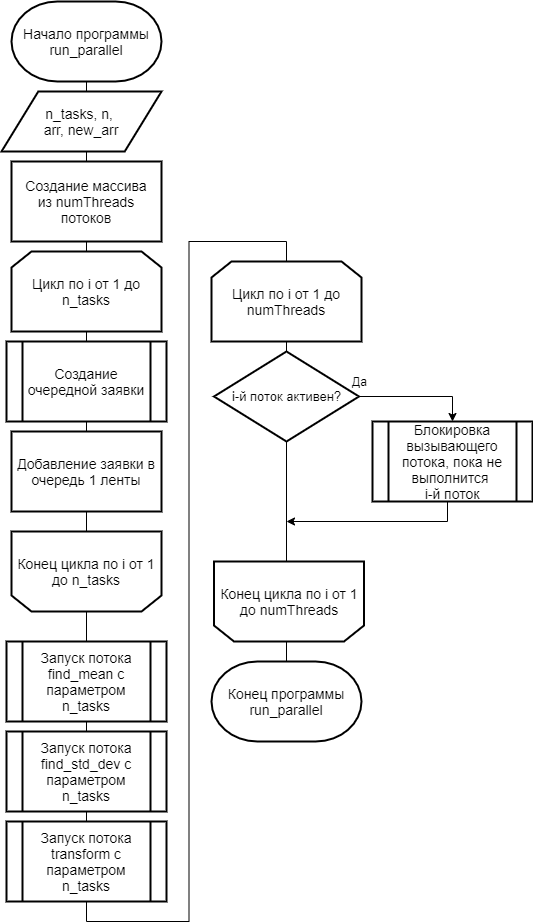
alena-zayts/BMSTU_5sem_analysis_of_algorithms keeps this draw.io diagram as lab5/report/inc/img/parallel.png. Above is the earlier version. Source tidied: cells renumbered, new cells last; positions are measured from the earlier drawing's top-left corner, leaving out a move shared by most shapes. Its diagram source:
```xml
<mxGraphModel>
  <root>
    <mxCell id="0" />
    <mxCell id="1" parent="0" />
    <mxCell id="2" style="edgeStyle=orthogonalEdgeStyle;rounded=0;jettySize=auto;html=1;exitX=0.5;exitY=1;exitDx=0;exitDy=0;entryX=0.5;entryY=1;entryDx=0;entryDy=0;endArrow=none;endFill=0;entryPerimeter=0;" parent="1" edge="1" source="8">
      <mxGeometry relative="1" as="geometry">
        <mxPoint x="85" y="430" as="targetPoint" />
      </mxGeometry>
    </mxCell>
    <mxCell id="3" style="edgeStyle=orthogonalEdgeStyle;rounded=0;jettySize=auto;html=1;exitX=0.5;exitY=1;exitDx=0;exitDy=0;entryX=0.5;entryY=1;entryDx=0;entryDy=0;endArrow=none;endFill=0;entryPerimeter=0;" parent="1" edge="1" source="15" target="5">
      <mxGeometry relative="1" as="geometry">
        <Array as="points">
          <mxPoint x="85" y="330" />
          <mxPoint x="85" y="330" />
        </Array>
      </mxGeometry>
    </mxCell>
    <mxCell id="4" value="Конец программы run_parallel" style="strokeWidth=2;html=1;shape=mxgraph.flowchart.terminator;whiteSpace=wrap;fontSize=14;" parent="1" vertex="1">
      <mxGeometry x="210" y="660" width="150" height="80" as="geometry" />
    </mxCell>
    <mxCell id="5" value="&lt;font style=&quot;font-size: 14px&quot;&gt;Начало программы run_parallel&lt;/font&gt;" style="strokeWidth=2;html=1;shape=mxgraph.flowchart.terminator;whiteSpace=wrap;fontSize=14;fontFamily=Helvetica;" parent="1" vertex="1">
      <mxGeometry x="10" width="150" height="80" as="geometry" />
    </mxCell>
    <mxCell id="6" value="Создание массива из&amp;nbsp;numThreads потоков" style="rounded=0;whiteSpace=wrap;html=1;strokeWidth=2;fontSize=14;" parent="1" vertex="1">
      <mxGeometry x="10" y="160" width="150" height="80" as="geometry" />
    </mxCell>
    <mxCell id="7" style="edgeStyle=orthogonalEdgeStyle;rounded=0;jettySize=auto;html=1;exitX=0.5;exitY=0;exitDx=0;exitDy=0;entryX=0.5;entryY=0;entryDx=0;entryDy=0;endArrow=none;endFill=0;" parent="1" edge="1" source="8" target="20">
      <mxGeometry relative="1" as="geometry" />
    </mxCell>
    <mxCell id="8" value="&lt;span style=&quot;font-size: 14px&quot;&gt;Конец цикла&amp;nbsp;&lt;/span&gt;&lt;span style=&quot;font-size: 14px&quot;&gt;по i от 1 до&amp;nbsp;&lt;/span&gt;&lt;span style=&quot;font-size: 14px&quot;&gt;n_tasks&lt;/span&gt;&lt;span style=&quot;color: rgba(0 , 0 , 0 , 0) ; font-family: monospace ; font-size: 0px&quot;&gt;%3CmxGraphModel%3E%3Croot%3E%3CmxCell%20id%3D%220%22%2F%3E%3CmxCell%20id%3D%221%22%20parent%3D%220%22%2F%3E%3CmxCell%20id%3D%222%22%20value%3D%22%26lt%3Bspan%20style%3D%26quot%3Bfont-size%3A%2014px%26quot%3B%26gt%3B%D0%A6%D0%B8%D0%BA%D0%BB%20%D0%BF%D0%BE%20x%20%D0%BE%D1%82%200%20%D0%B4%D0%BE%20%D0%B7%D0%BD%D0%B0%D1%87%D0%B5%D0%BD%D0%B8%D1%8F%20%D1%88%D0%B8%D1%80%D0%B8%D0%BD%D1%8B%20%D1%8D%D0%BA%D1%80%D0%B0%D0%BD%D0%B0%26lt%3B%2Fspan%26gt%3B%22%20style%3D%22shape%3DloopLimit%3BwhiteSpace%3Dwrap%3Bhtml%3D1%3BstrokeWidth%3D2%3B%22%20vertex%3D%221%22%20parent%3D%221%22%3E%3CmxGeometry%20x%3D%22810%22%20y%3D%2252%22%20width%3D%22140%22%20height%3D%2270%22%20as%3D%22geometry%22%2F%3E%3C%2FmxCell%3E%3CmxCell%20id%3D%223%22%20value%3D%22%26lt%3Bspan%20style%3D%26quot%3Bfont-size%3A%2014px%26quot%3B%26gt%3B%D0%9A%D0%BE%D0%BD%D0%B5%D1%86%20%D1%86%D0%B8%D0%BA%D0%BB%D0%B0%26amp%3Bnbsp%3B%26lt%3B%2Fspan%26gt%3B%26lt%3Bspan%20style%3D%26quot%3Bfont-size%3A%2014px%26quot%3B%26gt%3B%D0%BF%D0%BE%20x%20%D0%BE%D1%82%200%20%D0%B4%D0%BE%20%D0%B7%D0%BD%D0%B0%D1%87%D0%B5%D0%BD%D0%B8%D1%8F%20%D1%88%D0%B8%D1%80%D0%B8%D0%BD%D1%8B%20%D1%8D%D0%BA%D1%80%D0%B0%D0%BD%D0%B0%26lt%3B%2Fspan%26gt%3B%22%20style%3D%22shape%3DloopLimit%3BwhiteSpace%3Dwrap%3Bhtml%3D1%3BstrokeWidth%3D2%3Bdirection%3Dwest%3B%22%20vertex%3D%221%22%20parent%3D%221%22%3E%3CmxGeometry%20x%3D%22810%22%20y%3D%22550%22%20width%3D%22140%22%20height%3D%2270%22%20as%3D%22geometry%22%2F%3E%3C%2FmxCell%3E%3C%2Froot%3E%3C%2FmxGraphModel%3E&lt;/span&gt;&lt;span style=&quot;color: rgba(0 , 0 , 0 , 0) ; font-family: monospace ; font-size: 0px&quot;&gt;%3CmxGraphModel%3E%3Croot%3E%3CmxCell%20id%3D%220%22%2F%3E%3CmxCell%20id%3D%221%22%20parent%3D%220%22%2F%3E%3CmxCell%20id%3D%222%22%20value%3D%22%26lt%3Bspan%20style%3D%26quot%3Bfont-size%3A%2014px%26quot%3B%26gt%3B%D0%A6%D0%B8%D0%BA%D0%BB%20%D0%BF%D0%BE%20x%20%D0%BE%D1%82%200%20%D0%B4%D0%BE%20%D0%B7%D0%BD%D0%B0%D1%87%D0%B5%D0%BD%D0%B8%D1%8F%20%D1%88%D0%B8%D1%80%D0%B8%D0%BD%D1%8B%20%D1%8D%D0%BA%D1%80%D0%B0%D0%BD%D0%B0%26lt%3B%2Fspan%26gt%3B%22%20style%3D%22shape%3DloopLimit%3BwhiteSpace%3Dwrap%3Bhtml%3D1%3BstrokeWidth%3D2%3B%22%20vertex%3D%221%22%20parent%3D%221%22%3E%3CmxGeometry%20x%3D%22810%22%20y%3D%2252%22%20width%3D%22140%22%20height%3D%2270%22%20as%3D%22geometry%22%2F%3E%3C%2FmxCell%3E%3CmxCell%20id%3D%223%22%20value%3D%22%26lt%3Bspan%20style%3D%26quot%3Bfont-size%3A%2014px%26quot%3B%26gt%3B%D0%9A%D0%BE%D0%BD%D0%B5%D1%86%20%D1%86%D0%B8%D0%BA%D0%BB%D0%B0%26amp%3Bnbsp%3B%26lt%3B%2Fspan%26gt%3B%26lt%3Bspan%20style%3D%26quot%3Bfont-size%3A%2014px%26quot%3B%26gt%3B%D0%BF%D0%BE%20x%20%D0%BE%D1%82%200%20%D0%B4%D0%BE%20%D0%B7%D0%BD%D0%B0%D1%87%D0%B5%D0%BD%D0%B8%D1%8F%20%D1%88%D0%B8%D1%80%D0%B8%D0%BD%D1%8B%20%D1%8D%D0%BA%D1%80%D0%B0%D0%BD%D0%B0%26lt%3B%2Fspan%26gt%3B%22%20style%3D%22shape%3DloopLimit%3BwhiteSpace%3Dwrap%3Bhtml%3D1%3BstrokeWidth%3D2%3Bdirection%3Dwest%3B%22%20vertex%3D%221%22%20parent%3D%221%22%3E%3CmxGeometry%20x%3D%22810%22%20y%3D%22550%22%20width%3D%22140%22%20height%3D%2270%22%20as%3D%22geometry%22%2F%3E%3C%2FmxCell%3E%3C%2Froot%3E%3C%2FmxGraphModel%3E&lt;/span&gt;" style="shape=loopLimit;whiteSpace=wrap;html=1;strokeWidth=2;direction=west;" parent="1" vertex="1">
      <mxGeometry x="10" y="530" width="150" height="80" as="geometry" />
    </mxCell>
    <mxCell id="9" value="Добавление заявки в очередь 1 ленты" style="rounded=0;whiteSpace=wrap;html=1;strokeWidth=2;fontSize=14;" parent="1" vertex="1">
      <mxGeometry x="10" y="430" width="150" height="80" as="geometry" />
    </mxCell>
    <mxCell id="10" value="&lt;span style=&quot;font-size: 14px&quot;&gt;Цикл по i от 1 до n_tasks&lt;/span&gt;" style="shape=loopLimit;whiteSpace=wrap;html=1;strokeWidth=2;" parent="1" vertex="1">
      <mxGeometry x="10" y="250" width="150" height="80" as="geometry" />
    </mxCell>
    <mxCell id="11" value="&lt;span style=&quot;font-size: 14px&quot;&gt;Цикл по i от 1 до numThreads&lt;/span&gt;&lt;span style=&quot;color: rgba(0 , 0 , 0 , 0) ; font-family: monospace ; font-size: 0px&quot;&gt;%3CmxGraphModel%3E%3Croot%3E%3CmxCell%20id%3D%220%22%2F%3E%3CmxCell%20id%3D%221%22%20parent%3D%220%22%2F%3E%3CmxCell%20id%3D%222%22%20value%3D%22%26lt%3Bspan%20style%3D%26quot%3Bfont-size%3A%2014px%26quot%3B%26gt%3B%D0%A6%D0%B8%D0%BA%D0%BB%20%D0%BF%D0%BE%20x%20%D0%BE%D1%82%200%20%D0%B4%D0%BE%20%D0%B7%D0%BD%D0%B0%D1%87%D0%B5%D0%BD%D0%B8%D1%8F%20%D1%88%D0%B8%D1%80%D0%B8%D0%BD%D1%8B%20%D1%8D%D0%BA%D1%80%D0%B0%D0%BD%D0%B0%26lt%3B%2Fspan%26gt%3B%22%20style%3D%22shape%3DloopLimit%3BwhiteSpace%3Dwrap%3Bhtml%3D1%3BstrokeWidth%3D2%3B%22%20vertex%3D%221%22%20parent%3D%221%22%3E%3CmxGeometry%20x%3D%22810%22%20y%3D%2252%22%20width%3D%22140%22%20height%3D%2270%22%20as%3D%22geometry%22%2F%3E%3C%2FmxCell%3E%3CmxCell%20id%3D%223%22%20value%3D%22%26lt%3Bspan%20style%3D%26quot%3Bfont-size%3A%2014px%26quot%3B%26gt%3B%D0%9A%D0%BE%D0%BD%D0%B5%D1%86%20%D1%86%D0%B8%D0%BA%D0%BB%D0%B0%26amp%3Bnbsp%3B%26lt%3B%2Fspan%26gt%3B%26lt%3Bspan%20style%3D%26quot%3Bfont-size%3A%2014px%26quot%3B%26gt%3B%D0%BF%D0%BE%20x%20%D0%BE%D1%82%200%20%D0%B4%D0%BE%20%D0%B7%D0%BD%D0%B0%D1%87%D0%B5%D0%BD%D0%B8%D1%8F%20%D1%88%D0%B8%D1%80%D0%B8%D0%BD%D1%8B%20%D1%8D%D0%BA%D1%80%D0%B0%D0%BD%D0%B0%26lt%3B%2Fspan%26gt%3B%22%20style%3D%22shape%3DloopLimit%3BwhiteSpace%3Dwrap%3Bhtml%3D1%3BstrokeWidth%3D2%3Bdirection%3Dwest%3B%22%20vertex%3D%221%22%20parent%3D%221%22%3E%3CmxGeometry%20x%3D%22810%22%20y%3D%22550%22%20width%3D%22140%22%20height%3D%2270%22%20as%3D%22geometry%22%2F%3E%3C%2FmxCell%3E%3C%2Froot%3E%3C%2FmxGraphModel%3E&lt;/span&gt;&lt;span style=&quot;color: rgba(0 , 0 , 0 , 0) ; font-family: monospace ; font-size: 0px&quot;&gt;%3CmxGraphModel%3E%3Croot%3E%3CmxCell%20id%3D%220%22%2F%3E%3CmxCell%20id%3D%221%22%20parent%3D%220%22%2F%3E%3CmxCell%20id%3D%222%22%20value%3D%22%26lt%3Bspan%20style%3D%26quot%3Bfont-size%3A%2014px%26quot%3B%26gt%3B%D0%A6%D0%B8%D0%BA%D0%BB%20%D0%BF%D0%BE%20x%20%D0%BE%D1%82%200%20%D0%B4%D0%BE%20%D0%B7%D0%BD%D0%B0%D1%87%D0%B5%D0%BD%D0%B8%D1%8F%20%D1%88%D0%B8%D1%80%D0%B8%D0%BD%D1%8B%20%D1%8D%D0%BA%D1%80%D0%B0%D0%BD%D0%B0%26lt%3B%2Fspan%26gt%3B%22%20style%3D%22shape%3DloopLimit%3BwhiteSpace%3Dwrap%3Bhtml%3D1%3BstrokeWidth%3D2%3B%22%20vertex%3D%221%22%20parent%3D%221%22%3E%3CmxGeometry%20x%3D%22810%22%20y%3D%2252%22%20width%3D%22140%22%20height%3D%2270%22%20as%3D%22geometry%22%2F%3E%3C%2FmxCell%3E%3CmxCell%20id%3D%223%22%20value%3D%22%26lt%3Bspan%20style%3D%26quot%3Bfont-size%3A%2014px%26quot%3B%26gt%3B%D0%9A%D0%BE%D0%BD%D0%B5%D1%86%20%D1%86%D0%B8%D0%BA%D0%BB%D0%B0%26amp%3Bnbsp%3B%26lt%3B%2Fspan%26gt%3B%26lt%3Bspan%20style%3D%26quot%3Bfont-size%3A%2014px%26quot%3B%26gt%3B%D0%BF%D0%BE%20x%20%D0%BE%D1%82%200%20%D0%B4%D0%BE%20%D0%B7%D0%BD%D0%B0%D1%87%D0%B5%D0%BD%D0%B8%D1%8F%20%D1%88%D0%B8%D1%80%D0%B8%D0%BD%D1%8B%20%D1%8D%D0%BA%D1%80%D0%B0%D0%BD%D0%B0%26lt%3B%2Fspan%26gt%3B%22%20style%3D%22shape%3DloopLimit%3BwhiteSpace%3Dwrap%3Bhtml%3D1%3BstrokeWidth%3D2%3Bdirection%3Dwest%3B%22%20vertex%3D%221%22%20parent%3D%221%22%3E%3CmxGeometry%20x%3D%22810%22%20y%3D%22550%22%20width%3D%22140%22%20height%3D%2270%22%20as%3D%22geometry%22%2F%3E%3C%2FmxCell%3E%3C%2Froot%3E%3C%2FmxGraphModel%3E&lt;/span&gt;" style="shape=loopLimit;whiteSpace=wrap;html=1;strokeWidth=2;" parent="1" vertex="1">
      <mxGeometry x="210" y="260" width="150" height="80" as="geometry" />
    </mxCell>
    <mxCell id="12" value="&lt;font style=&quot;font-size: 14px&quot;&gt;n_tasks, n, &lt;br&gt;arr, new_arr&lt;br&gt;&lt;/font&gt;" style="shape=parallelogram;html=1;strokeWidth=2;perimeter=parallelogramPerimeter;whiteSpace=wrap;rounded=0;arcSize=12;size=0.23;fontSize=13;" parent="1" vertex="1">
      <mxGeometry y="90" width="160" height="60" as="geometry" />
    </mxCell>
    <mxCell id="13" style="edgeStyle=orthogonalEdgeStyle;rounded=0;orthogonalLoop=1;jettySize=auto;html=1;exitX=0.5;exitY=1;exitDx=0;exitDy=0;endArrow=classic;endFill=1;" parent="1" edge="1">
      <mxGeometry relative="1" as="geometry">
        <mxPoint x="446" y="500" as="sourcePoint" />
        <mxPoint x="285" y="520" as="targetPoint" />
        <Array as="points">
          <mxPoint x="446" y="520" />
          <mxPoint x="285" y="520" />
        </Array>
      </mxGeometry>
    </mxCell>
    <mxCell id="14" value="Блокировка вызывающего потока, пока не выполнится&amp;nbsp;&lt;br&gt;i-й поток&lt;br&gt;" style="shape=process;whiteSpace=wrap;html=1;backgroundOutline=1;strokeWidth=2;fontSize=14;" parent="1" vertex="1">
      <mxGeometry x="371" y="420" width="160" height="80" as="geometry" />
    </mxCell>
    <mxCell id="15" value="Создание очередной заявки" style="shape=process;whiteSpace=wrap;html=1;backgroundOutline=1;strokeWidth=2;fontSize=14;" parent="1" vertex="1">
      <mxGeometry x="5" y="340" width="160" height="80" as="geometry" />
    </mxCell>
    <mxCell id="16" style="edgeStyle=orthogonalEdgeStyle;rounded=0;jettySize=auto;html=1;exitX=0.5;exitY=1;exitDx=0;exitDy=0;entryX=0.5;entryY=1;entryDx=0;entryDy=0;endArrow=none;endFill=0;entryPerimeter=0;" parent="1" edge="1" target="15">
      <mxGeometry relative="1" as="geometry">
        <mxPoint x="85" y="430" as="sourcePoint" />
      </mxGeometry>
    </mxCell>
    <mxCell id="17" value="Запуск потока find_mean с параметром n_tasks" style="shape=process;whiteSpace=wrap;html=1;backgroundOutline=1;strokeWidth=2;fontSize=14;" parent="1" vertex="1">
      <mxGeometry x="5" y="640" width="160" height="80" as="geometry" />
    </mxCell>
    <mxCell id="18" value="Запуск потока find_std_dev с параметром n_tasks" style="shape=process;whiteSpace=wrap;html=1;backgroundOutline=1;strokeWidth=2;fontSize=14;" parent="1" vertex="1">
      <mxGeometry x="5" y="730" width="160" height="80" as="geometry" />
    </mxCell>
    <mxCell id="19" style="edgeStyle=orthogonalEdgeStyle;rounded=0;jettySize=auto;html=1;exitX=0.5;exitY=1;exitDx=0;exitDy=0;entryX=0.5;entryY=0;entryDx=0;entryDy=0;endArrow=none;endFill=0;" parent="1" edge="1" source="20" target="11">
      <mxGeometry relative="1" as="geometry" />
    </mxCell>
    <mxCell id="20" value="Запуск потока transform с параметром n_tasks" style="shape=process;whiteSpace=wrap;html=1;backgroundOutline=1;strokeWidth=2;fontSize=14;" parent="1" vertex="1">
      <mxGeometry x="5" y="820" width="160" height="80" as="geometry" />
    </mxCell>
    <mxCell id="21" value="Да" style="edgeStyle=orthogonalEdgeStyle;rounded=0;jettySize=auto;html=1;entryX=0.5;entryY=0;entryDx=0;entryDy=0;endArrow=classic;endFill=1;fontSize=12;" parent="1" edge="1" source="23" target="14">
      <mxGeometry x="-1" y="15" relative="1" as="geometry" />
    </mxCell>
    <mxCell id="22" style="edgeStyle=orthogonalEdgeStyle;rounded=0;jettySize=auto;html=1;exitX=0.5;exitY=1;exitDx=0;exitDy=0;endArrow=none;endFill=0;" parent="1" edge="1" source="23" target="4">
      <mxGeometry relative="1" as="geometry" />
    </mxCell>
    <mxCell id="23" value="i-й поток активен?" style="rhombus;whiteSpace=wrap;html=1;strokeWidth=2;fontSize=13;" parent="1" vertex="1">
      <mxGeometry x="212.5" y="350" width="145" height="90" as="geometry" />
    </mxCell>
    <mxCell id="24" style="edgeStyle=orthogonalEdgeStyle;rounded=0;jettySize=auto;html=1;exitX=0.5;exitY=1;exitDx=0;exitDy=0;entryX=0.5;entryY=0;entryDx=0;entryDy=0;entryPerimeter=0;endArrow=none;endFill=0;" parent="1" edge="1" source="11" target="23">
      <mxGeometry relative="1" as="geometry" />
    </mxCell>
    <mxCell id="25" value="&lt;span style=&quot;font-size: 14px&quot;&gt;Конец цикла&amp;nbsp;&lt;/span&gt;&lt;span style=&quot;font-size: 14px&quot;&gt;по i от 1 до numThreads&lt;/span&gt;&lt;span style=&quot;color: rgba(0 , 0 , 0 , 0) ; font-family: monospace ; font-size: 0px&quot;&gt;%3CmxGraphModel%3E%3Croot%3E%3CmxCell%20id%3D%220%22%2F%3E%3CmxCell%20id%3D%221%22%20parent%3D%220%22%2F%3E%3CmxCell%20id%3D%222%22%20value%3D%22%26lt%3Bspan%20style%3D%26quot%3Bfont-size%3A%2014px%26quot%3B%26gt%3B%D0%A6%D0%B8%D0%BA%D0%BB%20%D0%BF%D0%BE%20x%20%D0%BE%D1%82%200%20%D0%B4%D0%BE%20%D0%B7%D0%BD%D0%B0%D1%87%D0%B5%D0%BD%D0%B8%D1%8F%20%D1%88%D0%B8%D1%80%D0%B8%D0%BD%D1%8B%20%D1%8D%D0%BA%D1%80%D0%B0%D0%BD%D0%B0%26lt%3B%2Fspan%26gt%3B%22%20style%3D%22shape%3DloopLimit%3BwhiteSpace%3Dwrap%3Bhtml%3D1%3BstrokeWidth%3D2%3B%22%20vertex%3D%221%22%20parent%3D%221%22%3E%3CmxGeometry%20x%3D%22810%22%20y%3D%2252%22%20width%3D%22140%22%20height%3D%2270%22%20as%3D%22geometry%22%2F%3E%3C%2FmxCell%3E%3CmxCell%20id%3D%223%22%20value%3D%22%26lt%3Bspan%20style%3D%26quot%3Bfont-size%3A%2014px%26quot%3B%26gt%3B%D0%9A%D0%BE%D0%BD%D0%B5%D1%86%20%D1%86%D0%B8%D0%BA%D0%BB%D0%B0%26amp%3Bnbsp%3B%26lt%3B%2Fspan%26gt%3B%26lt%3Bspan%20style%3D%26quot%3Bfont-size%3A%2014px%26quot%3B%26gt%3B%D0%BF%D0%BE%20x%20%D0%BE%D1%82%200%20%D0%B4%D0%BE%20%D0%B7%D0%BD%D0%B0%D1%87%D0%B5%D0%BD%D0%B8%D1%8F%20%D1%88%D0%B8%D1%80%D0%B8%D0%BD%D1%8B%20%D1%8D%D0%BA%D1%80%D0%B0%D0%BD%D0%B0%26lt%3B%2Fspan%26gt%3B%22%20style%3D%22shape%3DloopLimit%3BwhiteSpace%3Dwrap%3Bhtml%3D1%3BstrokeWidth%3D2%3Bdirection%3Dwest%3B%22%20vertex%3D%221%22%20parent%3D%221%22%3E%3CmxGeometry%20x%3D%22810%22%20y%3D%22550%22%20width%3D%22140%22%20height%3D%2270%22%20as%3D%22geometry%22%2F%3E%3C%2FmxCell%3E%3C%2Froot%3E%3C%2FmxGraphModel%3E&lt;/span&gt;&lt;span style=&quot;color: rgba(0 , 0 , 0 , 0) ; font-family: monospace ; font-size: 0px&quot;&gt;%3CmxGraphModel%3E%3Croot%3E%3CmxCell%20id%3D%220%22%2F%3E%3CmxCell%20id%3D%221%22%20parent%3D%220%22%2F%3E%3CmxCell%20id%3D%222%22%20value%3D%22%26lt%3Bspan%20style%3D%26quot%3Bfont-size%3A%2014px%26quot%3B%26gt%3B%D0%A6%D0%B8%D0%BA%D0%BB%20%D0%BF%D0%BE%20x%20%D0%BE%D1%82%200%20%D0%B4%D0%BE%20%D0%B7%D0%BD%D0%B0%D1%87%D0%B5%D0%BD%D0%B8%D1%8F%20%D1%88%D0%B8%D1%80%D0%B8%D0%BD%D1%8B%20%D1%8D%D0%BA%D1%80%D0%B0%D0%BD%D0%B0%26lt%3B%2Fspan%26gt%3B%22%20style%3D%22shape%3DloopLimit%3BwhiteSpace%3Dwrap%3Bhtml%3D1%3BstrokeWidth%3D2%3B%22%20vertex%3D%221%22%20parent%3D%221%22%3E%3CmxGeometry%20x%3D%22810%22%20y%3D%2252%22%20width%3D%22140%22%20height%3D%2270%22%20as%3D%22geometry%22%2F%3E%3C%2FmxCell%3E%3CmxCell%20id%3D%223%22%20value%3D%22%26lt%3Bspan%20style%3D%26quot%3Bfont-size%3A%2014px%26quot%3B%26gt%3B%D0%9A%D0%BE%D0%BD%D0%B5%D1%86%20%D1%86%D0%B8%D0%BA%D0%BB%D0%B0%26amp%3Bnbsp%3B%26lt%3B%2Fspan%26gt%3B%26lt%3Bspan%20style%3D%26quot%3Bfont-size%3A%2014px%26quot%3B%26gt%3B%D0%BF%D0%BE%20x%20%D0%BE%D1%82%200%20%D0%B4%D0%BE%20%D0%B7%D0%BD%D0%B0%D1%87%D0%B5%D0%BD%D0%B8%D1%8F%20%D1%88%D0%B8%D1%80%D0%B8%D0%BD%D1%8B%20%D1%8D%D0%BA%D1%80%D0%B0%D0%BD%D0%B0%26lt%3B%2Fspan%26gt%3B%22%20style%3D%22shape%3DloopLimit%3BwhiteSpace%3Dwrap%3Bhtml%3D1%3BstrokeWidth%3D2%3Bdirection%3Dwest%3B%22%20vertex%3D%221%22%20parent%3D%221%22%3E%3CmxGeometry%20x%3D%22810%22%20y%3D%22550%22%20width%3D%22140%22%20height%3D%2270%22%20as%3D%22geometry%22%2F%3E%3C%2FmxCell%3E%3C%2Froot%3E%3C%2FmxGraphModel%3E&lt;/span&gt;" style="shape=loopLimit;whiteSpace=wrap;html=1;strokeWidth=2;direction=west;" parent="1" vertex="1">
      <mxGeometry x="212.5" y="560" width="150" height="80" as="geometry" />
    </mxCell>
  </root>
</mxGraphModel>
```
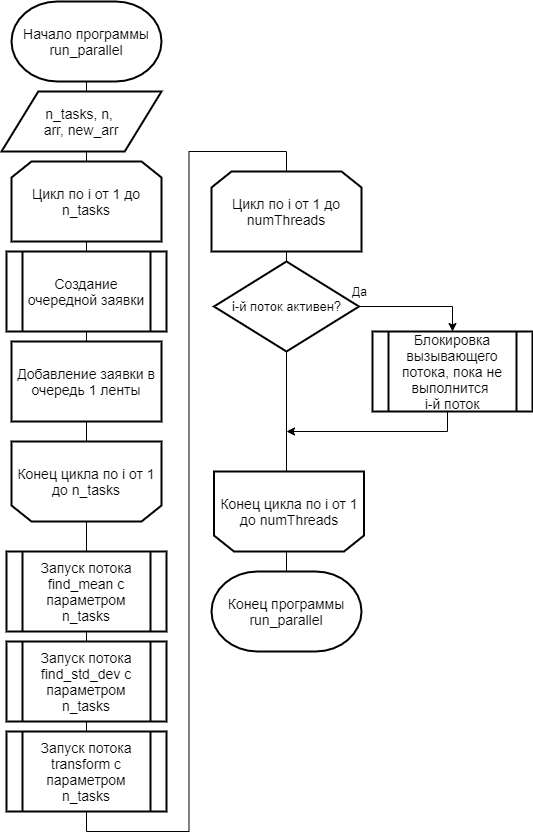
Later version of the same file.

Change to the diagram source:
```diff
@@ -19,11 +19,8 @@
       <mxGeometry x="210" y="660" width="150" height="80" as="geometry" />
     </mxCell>
     <mxCell id="5" value="&lt;font style=&quot;font-size: 14px&quot;&gt;Начало программы run_parallel&lt;/font&gt;" style="strokeWidth=2;html=1;shape=mxgraph.flowchart.terminator;whiteSpace=wrap;fontSize=14;fontFamily=Helvetica;" parent="1" vertex="1">
-      <mxGeometry x="10" width="150" height="80" as="geometry" />
+      <mxGeometry x="10" y="90" width="150" height="80" as="geometry" />
     </mxCell>
-    <mxCell id="6" value="Создание массива из&amp;nbsp;numThreads потоков" style="rounded=0;whiteSpace=wrap;html=1;strokeWidth=2;fontSize=14;" parent="1" vertex="1">
-      <mxGeometry x="10" y="160" width="150" height="80" as="geometry" />
-    </mxCell>
     <mxCell id="7" style="edgeStyle=orthogonalEdgeStyle;rounded=0;jettySize=auto;html=1;exitX=0.5;exitY=0;exitDx=0;exitDy=0;entryX=0.5;entryY=0;entryDx=0;entryDy=0;endArrow=none;endFill=0;" parent="1" edge="1" source="8" target="20">
       <mxGeometry relative="1" as="geometry" />
     </mxCell>
@@ -40,7 +37,7 @@
       <mxGeometry x="210" y="260" width="150" height="80" as="geometry" />
     </mxCell>
     <mxCell id="12" value="&lt;font style=&quot;font-size: 14px&quot;&gt;n_tasks, n, &lt;br&gt;arr, new_arr&lt;br&gt;&lt;/font&gt;" style="shape=parallelogram;html=1;strokeWidth=2;perimeter=parallelogramPerimeter;whiteSpace=wrap;rounded=0;arcSize=12;size=0.23;fontSize=13;" parent="1" vertex="1">
-      <mxGeometry y="90" width="160" height="60" as="geometry" />
+      <mxGeometry y="180" width="160" height="60" as="geometry" />
     </mxCell>
     <mxCell id="13" style="edgeStyle=orthogonalEdgeStyle;rounded=0;orthogonalLoop=1;jettySize=auto;html=1;exitX=0.5;exitY=1;exitDx=0;exitDy=0;endArrow=classic;endFill=1;" parent="1" edge="1">
       <mxGeometry relative="1" as="geometry">
```
